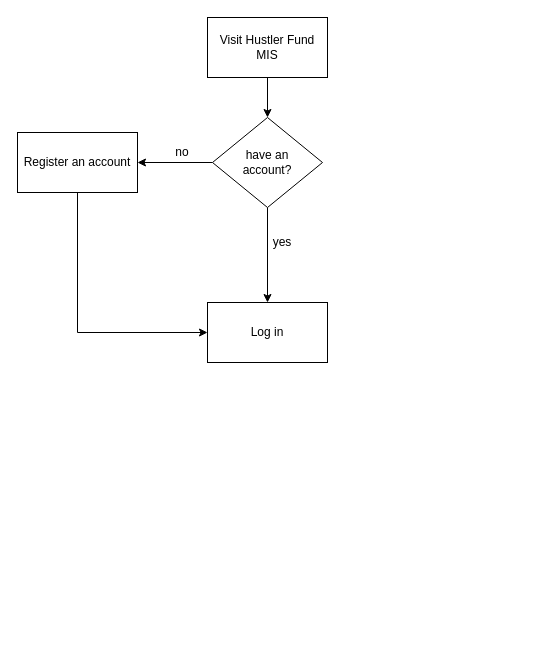
kmagua/flowcharts keeps this draw.io diagram as Proposed Hustler Fund System.drawio. Above is the earlier version. Source tidied: cells renumbered, new cells numbered last; positions are measured from the earlier drawing's top-left corner, leaving out a move shared by most shapes. Both pictures are drawn from the tidied source at 100%, with x=0, y=0 at pixel (17, 17).
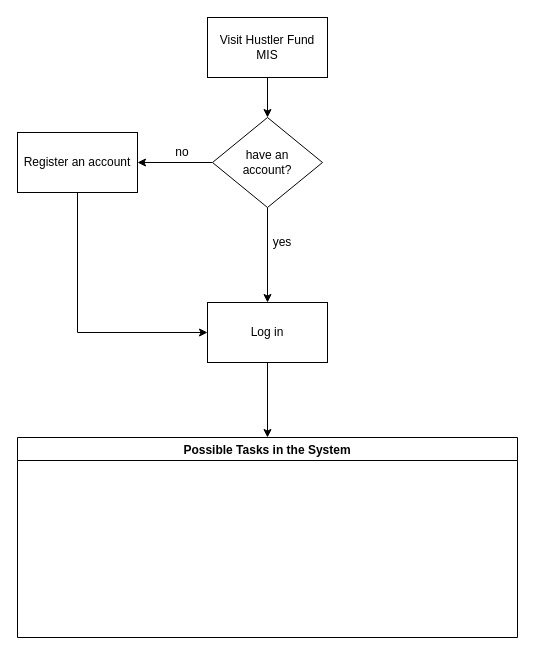
The same diagram, later.

Change to the diagram source:
```diff
@@
 <mxGraphModel>
   <root>
     <mxCell id="0" />
     <mxCell id="1" parent="0" />
     <mxCell id="2" style="edgeStyle=orthogonalEdgeStyle;rounded=0;jettySize=auto;html=1;" parent="1" edge="1" source="3" target="6">
       <mxGeometry relative="1" as="geometry" />
     </mxCell>
     <mxCell id="3" value="Visit Hustler Fund MIS" style="rounded=0;whiteSpace=wrap;html=1;" parent="1" vertex="1">
       <mxGeometry x="190" width="120" height="60" as="geometry" />
     </mxCell>
     <mxCell id="4" style="edgeStyle=orthogonalEdgeStyle;rounded=0;jettySize=auto;html=1;" parent="1" edge="1" source="6" target="7">
       <mxGeometry relative="1" as="geometry" />
     </mxCell>
     <mxCell id="5" style="edgeStyle=orthogonalEdgeStyle;rounded=0;jettySize=auto;html=1;" parent="1" edge="1" source="6" target="10">
       <mxGeometry relative="1" as="geometry" />
     </mxCell>
     <mxCell id="6" value="&lt;div&gt;have an&lt;/div&gt;&lt;div&gt;account?&lt;/div&gt;" style="rhombus;whiteSpace=wrap;html=1;rounded=0;" parent="1" vertex="1">
       <mxGeometry x="195" y="100" width="110" height="90" as="geometry" />
     </mxCell>
+    <mxCell id="12" style="edgeStyle=orthogonalEdgeStyle;rounded=0;jettySize=auto;html=1;entryX=0.5;entryY=0;entryDx=0;entryDy=0;" parent="1" edge="1" source="7" target="13">
+      <mxGeometry relative="1" as="geometry" />
+    </mxCell>
     <mxCell id="7" value="Log in" style="whiteSpace=wrap;html=1;rounded=0;" parent="1" vertex="1">
       <mxGeometry x="190" y="285" width="120" height="60" as="geometry" />
     </mxCell>
     <mxCell id="8" value="yes" style="text;html=1;strokeColor=none;fillColor=none;align=center;verticalAlign=middle;whiteSpace=wrap;rounded=0;" parent="1" vertex="1">
       <mxGeometry x="235" y="210" width="60" height="30" as="geometry" />
     </mxCell>
     <mxCell id="9" style="edgeStyle=orthogonalEdgeStyle;rounded=0;jettySize=auto;html=1;entryX=0;entryY=0.5;entryDx=0;entryDy=0;" parent="1" edge="1" source="10" target="7">
       <mxGeometry relative="1" as="geometry">
         <Array as="points">
           <mxPoint x="60" y="315" />
         </Array>
       </mxGeometry>
     </mxCell>
     <mxCell id="10" value="Register an account" style="whiteSpace=wrap;html=1;rounded=0;" parent="1" vertex="1">
       <mxGeometry y="115" width="120" height="60" as="geometry" />
     </mxCell>
     <mxCell id="11" value="no" style="text;html=1;strokeColor=none;fillColor=none;align=center;verticalAlign=middle;whiteSpace=wrap;rounded=0;" parent="1" vertex="1">
       <mxGeometry x="135" y="120" width="60" height="30" as="geometry" />
     </mxCell>
+    <mxCell id="13" value="Possible Tasks in the System" style="swimlane;" parent="1" vertex="1">
+      <mxGeometry y="420" width="500" height="200" as="geometry" />
+    </mxCell>
   </root>
 </mxGraphModel>
```
